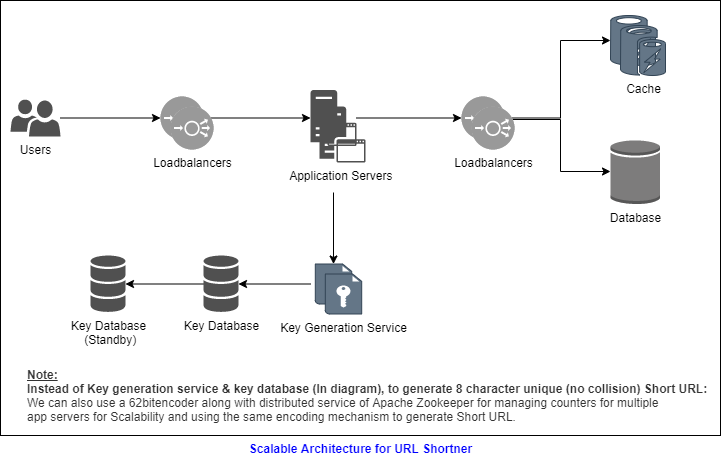
This is URLShortner.drawio.png from AmitVerma-Learn/URLShortner, a draw.io export, as it was before one commit. Source tidied: cells renumbered, new cells last; positions are measured from the earlier drawing's top-left corner, leaving out a move shared by most shapes.
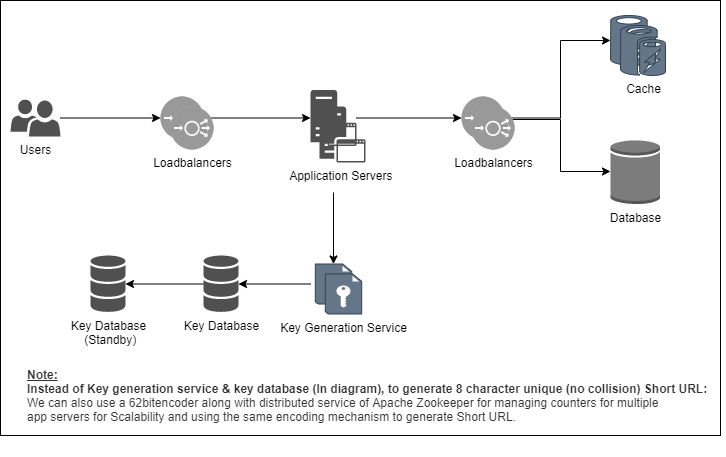
After the commit.

The edit, as a diff of the source:
```diff
@@ -2,7 +2,7 @@
   <root>
     <mxCell id="0" />
     <mxCell id="1" parent="0" />
-    <mxCell id="2" value="&lt;b&gt;&lt;font color=&quot;#0000ff&quot;&gt;Scalable Architecture for URL Shortner&lt;/font&gt;&lt;/b&gt;" style="verticalLabelPosition=bottom;verticalAlign=top;html=1;shape=mxgraph.basic.rect;fillColor2=none;strokeWidth=1;size=20;indent=5;fillColor=#FFFFFF;" parent="1" vertex="1">
+    <mxCell id="2" value="&lt;b&gt;&lt;font color=&quot;#ffffff&quot;&gt;Scalable Architecture for URL Shortner&lt;/font&gt;&lt;/b&gt;" style="verticalLabelPosition=bottom;verticalAlign=top;html=1;shape=mxgraph.basic.rect;fillColor2=none;strokeWidth=1;size=20;indent=5;fillColor=#FFFFFF;" parent="1" vertex="1">
       <mxGeometry width="720" height="435" as="geometry" />
     </mxCell>
     <mxCell id="3" style="edgeStyle=orthogonalEdgeStyle;rounded=0;jettySize=auto;html=1;fontColor=#000000;" parent="1" edge="1" target="15">
```
